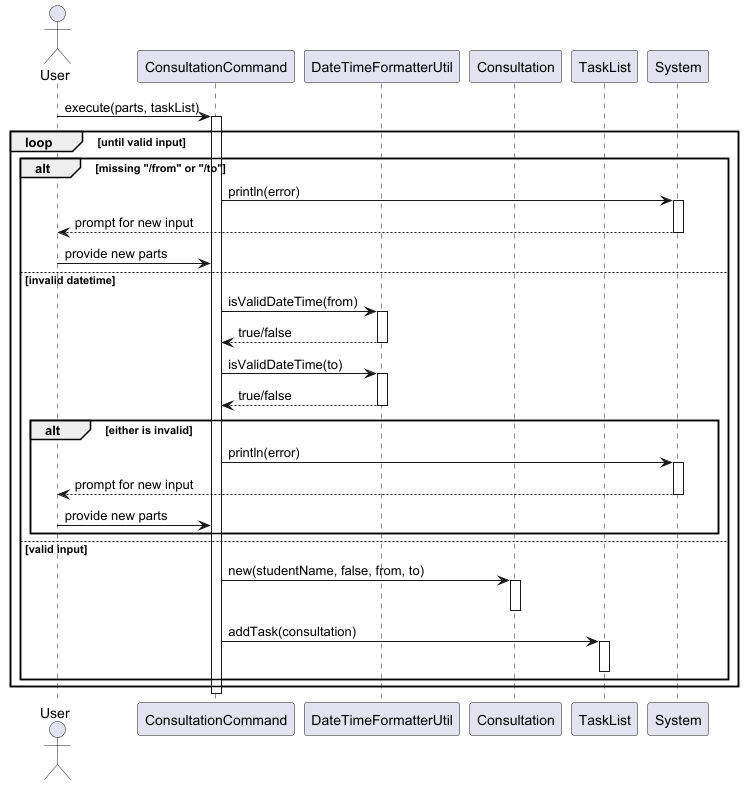
Above: docs/diagrams/tasklistcommands/ConsultationCommandSequenceDiagram.png in wongyihao02/tp (PlantUML), before the change.
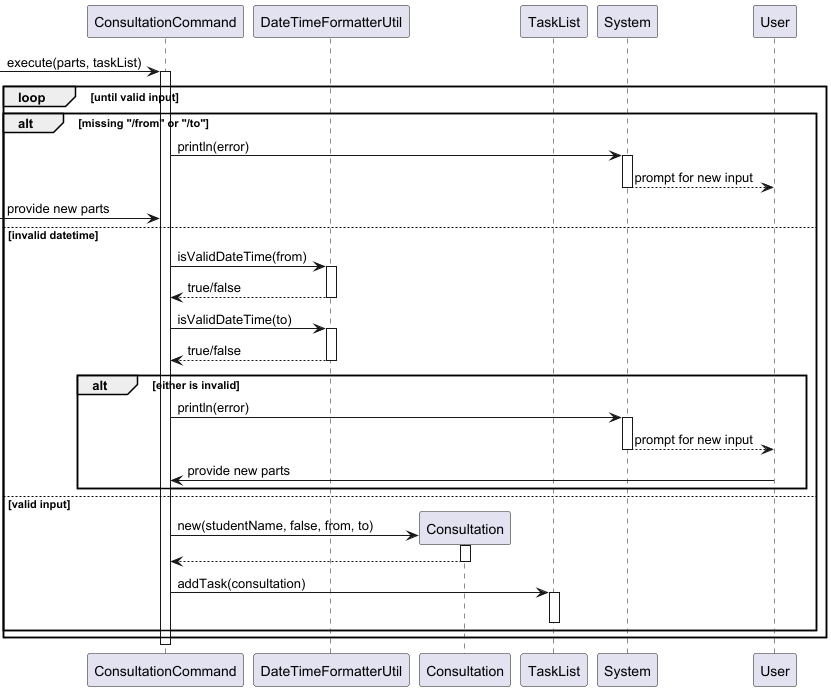
After the commit.

What changed in the source:
```diff
@@ -1,6 +1,4 @@
 @startuml
-
-actor User
 
 participant "ConsultationCommand" as ConsultCmd
 participant "DateTimeFormatterUtil" as Formatter
@@ -8,7 +6,7 @@
 participant "TaskList" as TaskList
 participant "System" as Console
 
-User -> ConsultCmd : execute(parts, taskList)
+ -> ConsultCmd : execute(parts, taskList)
 activate ConsultCmd
 
 loop until valid input
@@ -17,7 +15,7 @@
         activate Console
         Console --> User : prompt for new input
         deactivate Console
-        User -> ConsultCmd : provide new parts
+        -> ConsultCmd : provide new parts
     else invalid datetime
         ConsultCmd -> Formatter : isValidDateTime(from)
         activate Formatter
@@ -37,8 +35,10 @@
             User -> ConsultCmd : provide new parts
         end
     else valid input
+        create Consultation
         ConsultCmd -> Consultation : new(studentName, false, from, to)
         activate Consultation
+        Consultation --> ConsultCmd
         deactivate Consultation
 
         ConsultCmd -> TaskList : addTask(consultation)
```
